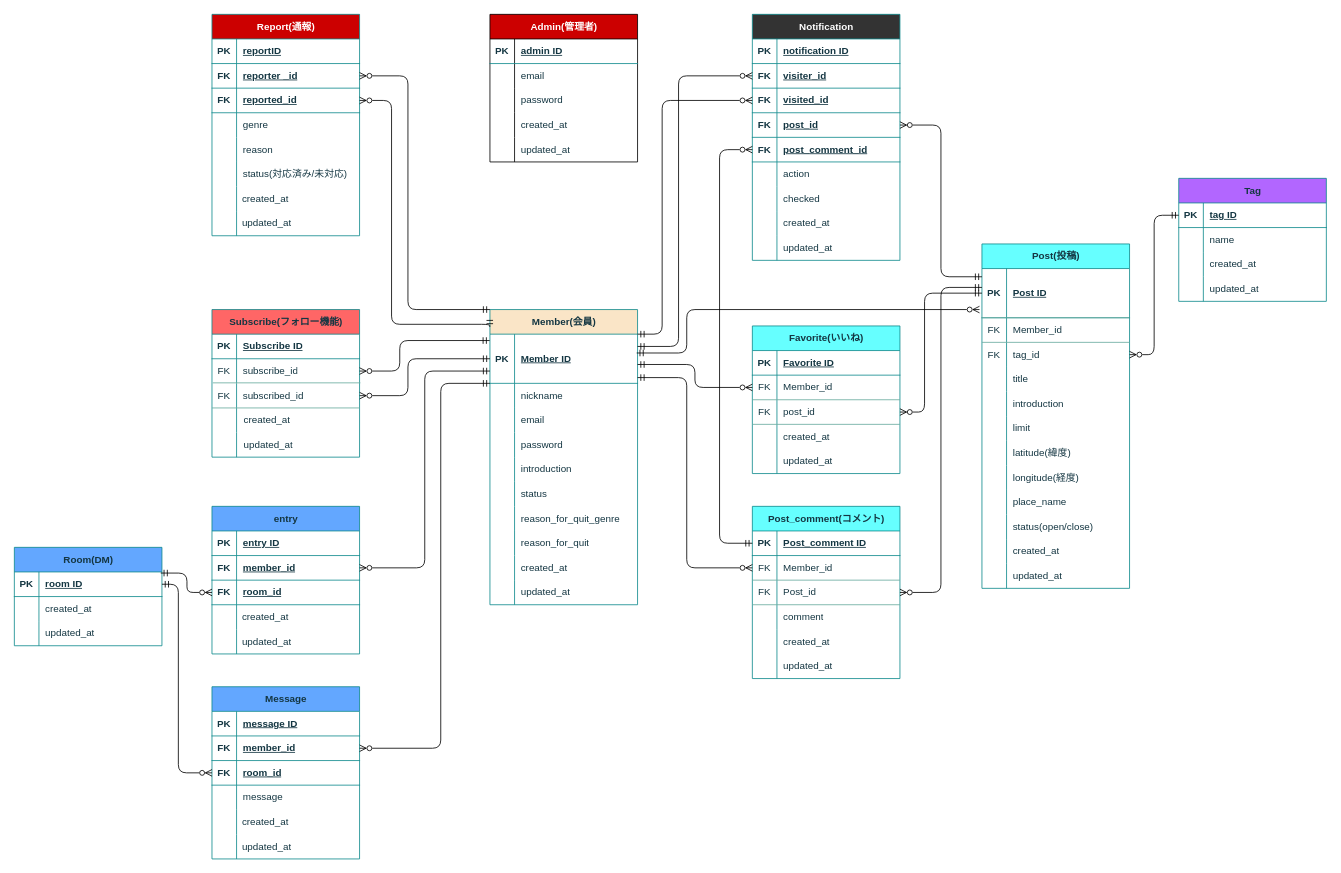
Above: Tabekiro-uo_ER_map.drawio in yuna096740/ER_practice (draw.io), before the change. Source tidied: cells renumbered, new cells numbered last; positions are measured from the earlier drawing's top-left corner, leaving out a move shared by most shapes. Both pictures are drawn from the tidied source at 82%, with x=0, y=0 at pixel (14, 14).
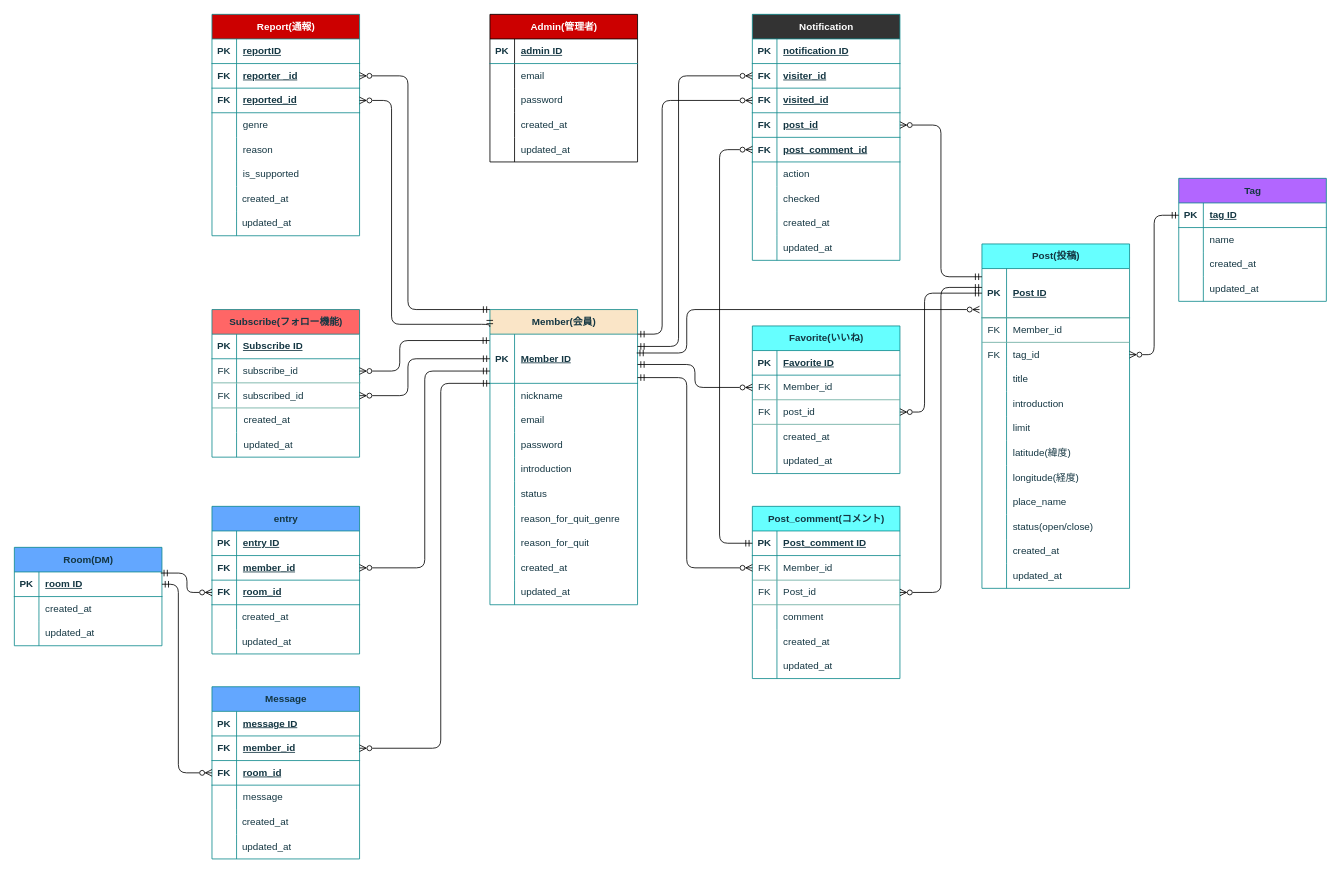
The same diagram, later.

Commit message:
Tabekiro-uo_ER_map.drawio を更新します

The change refers to these unchanged cells:
```xml
<mxCell id="18" style="shape=tableRow;horizontal=0;startSize=0;swimlaneHead=0;swimlaneBody=0;fillColor=none;top=0;left=0;right=0;bottom=0;labelBackgroundColor=none;strokeColor=#0F8B8D;fontColor=#143642;rounded=0;" parent="2" vertex="1">
  <mxGeometry y="180" width="180" height="30" as="geometry" />
</mxCell>
```

What changed in the source:
```diff
@@
-    <mxCell id="20" value="status(対応済み/未対応)" style="shape=partialRectangle;fillColor=none;top=0;left=0;bottom=0;right=0;align=left;spacingLeft=6;overflow=hidden;whiteSpace=wrap;html=1;labelBackgroundColor=none;strokeColor=#0F8B8D;fontColor=#143642;rounded=0;" parent="18" vertex="1">
+    <mxCell id="20" value="is_supported" style="shape=partialRectangle;fillColor=none;top=0;left=0;bottom=0;right=0;align=left;spacingLeft=6;overflow=hidden;whiteSpace=wrap;html=1;labelBackgroundColor=none;strokeColor=#0F8B8D;fontColor=#143642;rounded=0;" parent="18" vertex="1">
       <mxGeometry x="30" width="150" height="30" as="geometry" />
     </mxCell>
```
